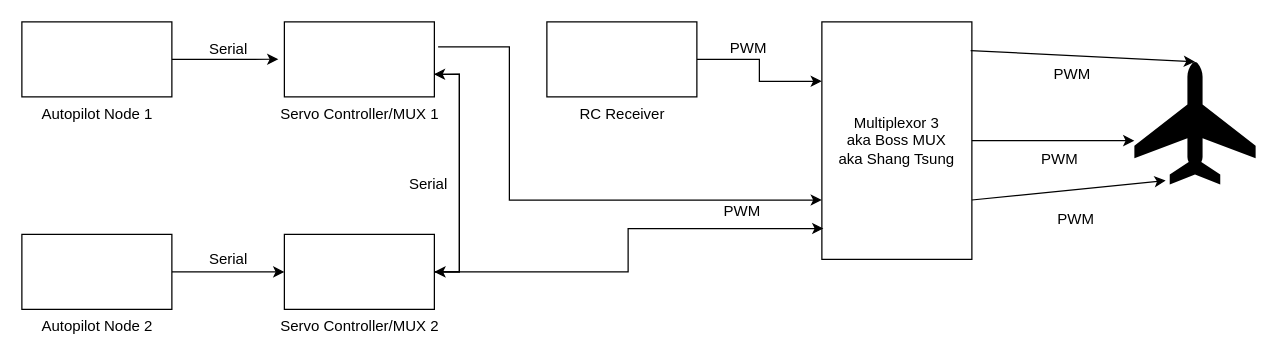
Above: blog/drawings/dual_mux_feather.drawio in copperpunk-elixir/gristle (draw.io), before the change. Source tidied: cells renumbered, new cells numbered last; positions are measured from the earlier drawing's top-left corner, leaving out a move shared by most shapes. Both pictures are drawn from the tidied source at 125%, with x=0, y=0 at pixel (21, 21).
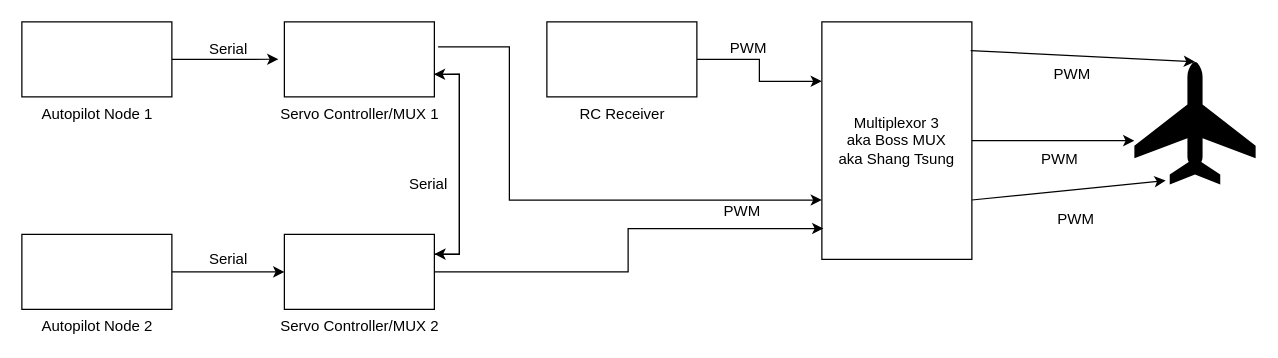
The same page after the edit.

The change refers to these unchanged cells:
```xml
<mxCell id="6" value="Servo Controller/MUX 1" style="verticalLabelPosition=bottom;verticalAlign=top;html=1;shape=mxgraph.basic.rect;fillColor2=none;strokeWidth=1;size=20;indent=5;" parent="1" vertex="1">
  <mxGeometry x="210" width="120" height="60" as="geometry" />
</mxCell>
<mxCell id="17" value="Servo Controller/MUX 2" style="verticalLabelPosition=bottom;verticalAlign=top;html=1;shape=mxgraph.basic.rect;fillColor2=none;strokeWidth=1;size=20;indent=5;" parent="1" vertex="1">
  <mxGeometry x="210" y="170" width="120" height="60" as="geometry" />
</mxCell>
```

Change to the diagram source:
```diff
@@
-    <mxCell id="5" style="edgeStyle=orthogonalEdgeStyle;rounded=0;jettySize=auto;html=1;entryX=1;entryY=0.5;entryDx=0;entryDy=0;entryPerimeter=0;exitX=0.992;exitY=0.7;exitDx=0;exitDy=0;exitPerimeter=0;" parent="1" edge="1" source="6" target="17">
+    <mxCell id="5" style="edgeStyle=orthogonalEdgeStyle;rounded=0;jettySize=auto;html=1;entryX=1;entryY=0.263;entryDx=0;entryDy=0;entryPerimeter=0;exitX=0.992;exitY=0.7;exitDx=0;exitDy=0;exitPerimeter=0;" parent="1" edge="1" source="6" target="17">
       <mxGeometry relative="1" as="geometry" />
     </mxCell>
@@
     <mxCell id="15" style="edgeStyle=orthogonalEdgeStyle;rounded=0;jettySize=auto;html=1;entryX=0.997;entryY=0.699;entryDx=0;entryDy=0;entryPerimeter=0;" parent="1" edge="1" source="17" target="6">
       <mxGeometry relative="1" as="geometry">
         <Array as="points">
-          <mxPoint x="350" y="200" />
+          <mxPoint x="350" y="186" />
           <mxPoint x="350" y="42" />
         </Array>
       </mxGeometry>
     </mxCell>
```
